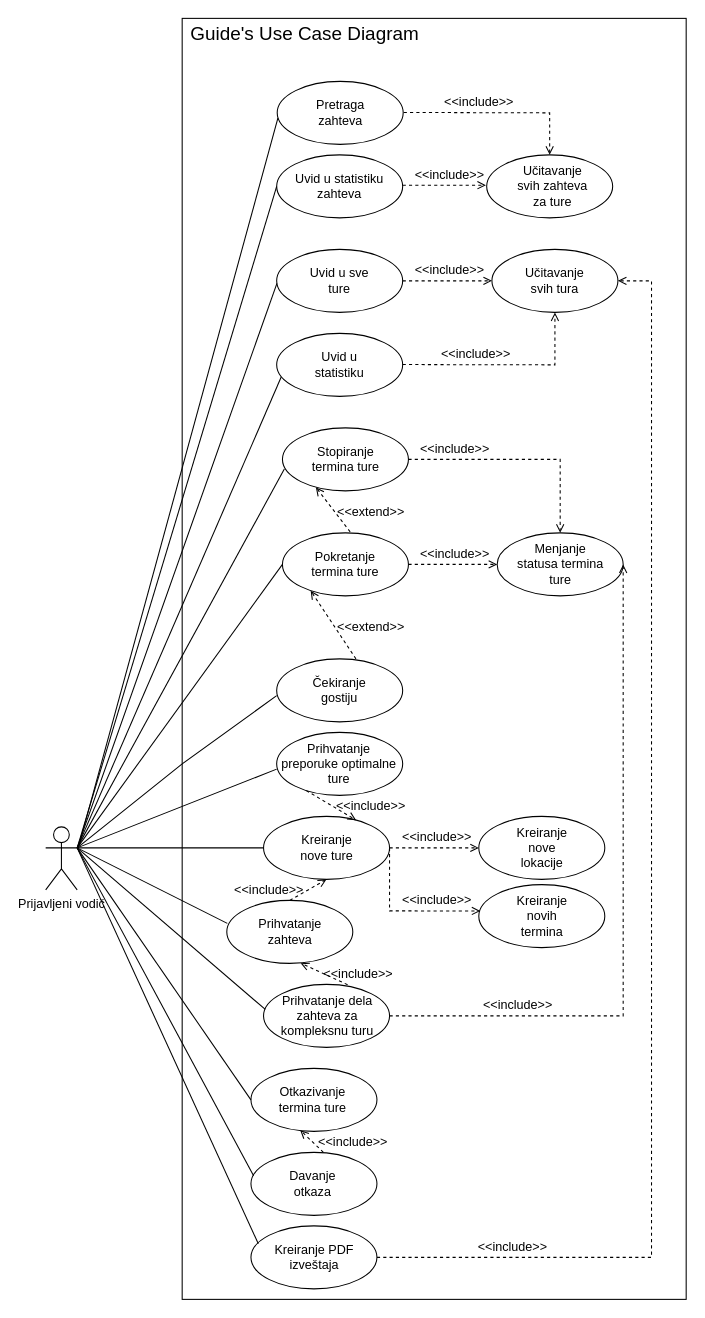
Earlier version of the draw.io diagram ProjectTourism/ProjectTourism/Diagrams/UseCaseDiagrams/GuidesUseCaseDiagram.drawio (KornelijeKiso/DreamTeam). Source tidied: cells renumbered, new cells numbered last; positions are measured from the earlier drawing's top-left corner, leaving out a move shared by most shapes. Both pictures are drawn from the tidied source at 105%, with x=0, y=0 at pixel (45, 18).
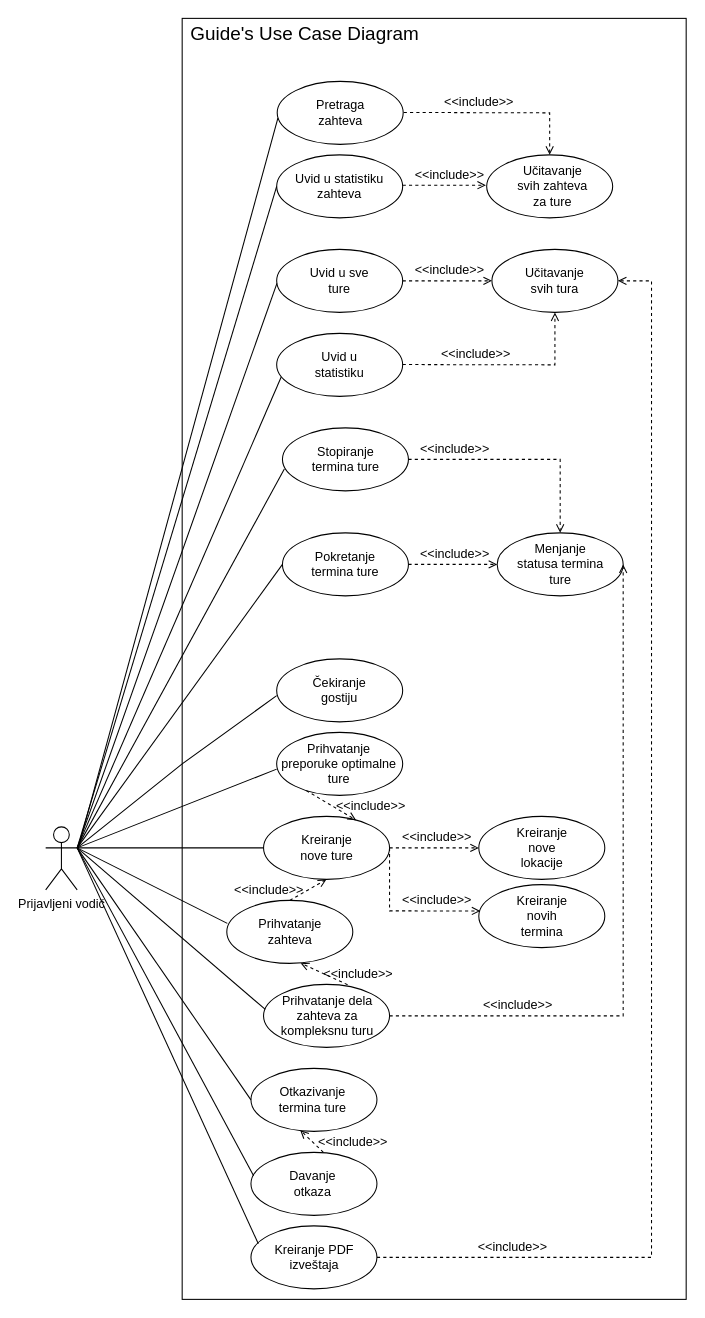
The same page after the edit.

Unchanged cells that the change refers to:
```xml
<mxCell id="33" style="ellipse;whiteSpace=wrap;html=1;" parent="1" vertex="1">
  <mxGeometry x="225.5" y="490" width="120" height="60" as="geometry" />
</mxCell>
<mxCell id="39" style="ellipse;whiteSpace=wrap;html=1;" parent="1" vertex="1">
  <mxGeometry x="225.5" y="390" width="120" height="60" as="geometry" />
</mxCell>
```

Change to the diagram source:
```diff
@@
-    <mxCell id="44" style="endArrow=open;html=1;rounded=0;exitX=1;exitY=0.5;exitDx=0;exitDy=0;endFill=0;dashed=1;entryX=0.265;entryY=0.943;entryDx=0;entryDy=0;entryPerimeter=0;" parent="1" edge="1" target="39">
-      <mxGeometry relative="1" as="geometry">
-        <mxPoint x="290" y="489" as="sourcePoint" />
-      </mxGeometry>
-    </mxCell>
-    <mxCell id="45" value="&amp;lt;&amp;lt;extend&amp;gt;&amp;gt;" style="text;html=1;strokeColor=none;fillColor=none;align=center;verticalAlign=middle;whiteSpace=wrap;rounded=0;" parent="1" vertex="1">
-      <mxGeometry x="280" y="460" width="60" height="20" as="geometry" />
-    </mxCell>
@@
-    <mxCell id="52" style="endArrow=open;html=1;rounded=0;exitX=1;exitY=0.5;exitDx=0;exitDy=0;endFill=0;dashed=1;entryX=0.224;entryY=0.918;entryDx=0;entryDy=0;entryPerimeter=0;" parent="1" edge="1" target="33">
-      <mxGeometry relative="1" as="geometry">
-        <mxPoint x="295.5" y="610" as="sourcePoint" />
-      </mxGeometry>
-    </mxCell>
-    <mxCell id="53" value="&amp;lt;&amp;lt;extend&amp;gt;&amp;gt;" style="text;html=1;strokeColor=none;fillColor=none;align=center;verticalAlign=middle;whiteSpace=wrap;rounded=0;" parent="1" vertex="1">
-      <mxGeometry x="280" y="570" width="60" height="20" as="geometry" />
-    </mxCell>
```
